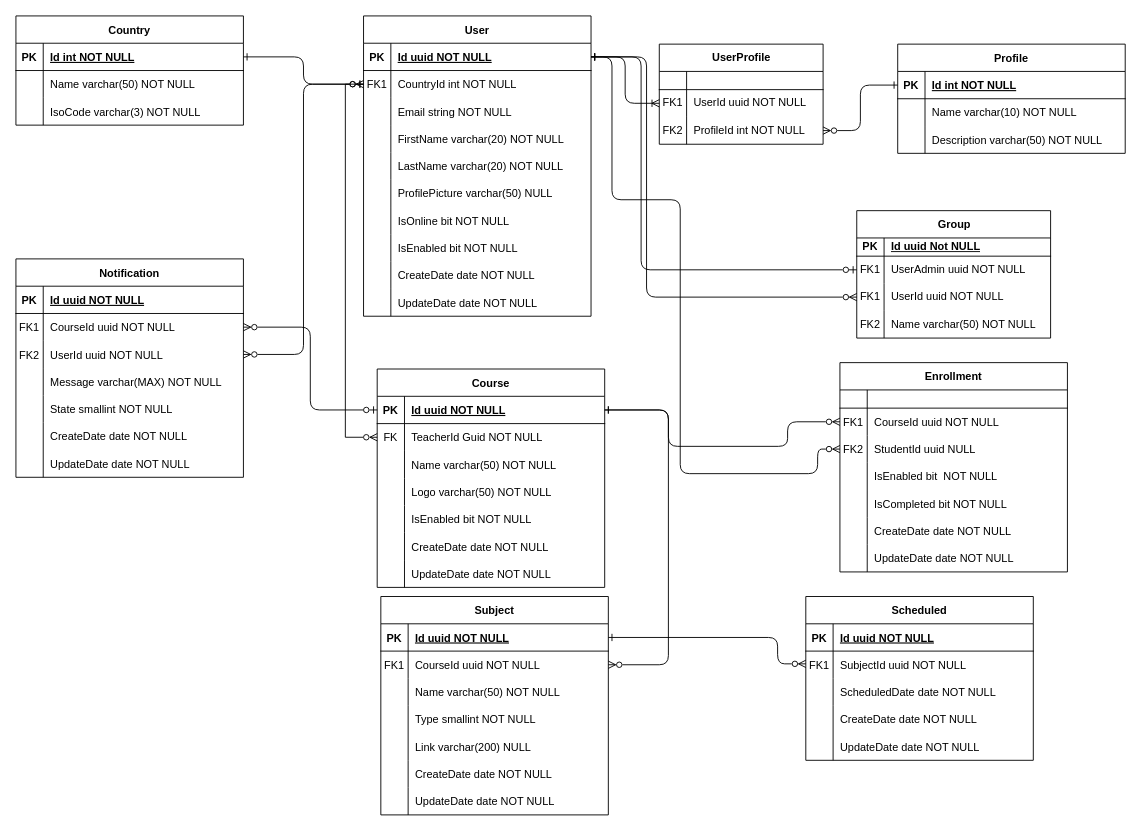
Jomprate/StudyFlow keeps this draw.io diagram as StudyFlow Entidad-Relacion.drawio. Above is the earlier version. Source tidied: cells renumbered, new cells numbered last; positions are measured from the earlier drawing's top-left corner, leaving out a move shared by most shapes. Both pictures are drawn from the tidied source at 91%, with x=0, y=0 at pixel (15, 15).
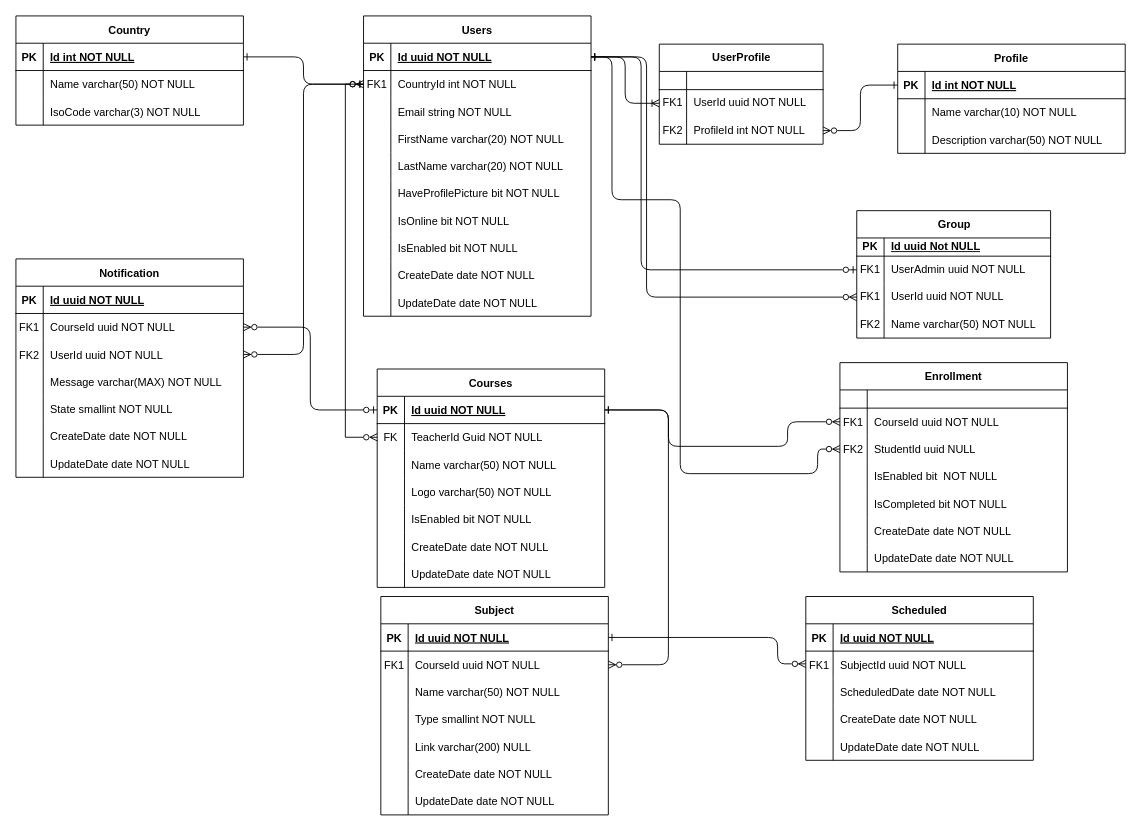
The same diagram, later.

Commit message:
update users entity

The change refers to these unchanged cells:
```xml
<mxCell id="18" style="shape=partialRectangle;fillColor=none;top=0;left=0;right=0;bottom=0;rounded=0;" parent="2" vertex="1">
  <mxGeometry y="180" width="250" height="30" as="geometry" />
</mxCell>
```

The edit, as a diff of the source:
```diff
@@
-    <mxCell id="2" value="User" style="shape=table;startSize=30;childLayout=tableLayout;rowLines=0;fontStyle=1;align=center;rounded=0;" parent="1" vertex="1">
+    <mxCell id="2" value="Users" style="shape=table;startSize=30;childLayout=tableLayout;rowLines=0;fontStyle=1;align=center;rounded=0;" parent="1" vertex="1">
       <mxGeometry x="382" width="250" height="330" as="geometry" />
     </mxCell>
@@
-    <mxCell id="20" value="ProfilePicture varchar(50) NULL" style="shape=partialRectangle;overflow=hidden;fillColor=none;top=0;left=0;bottom=0;right=0;align=left;spacingLeft=6;rounded=0;" parent="18" vertex="1">
+    <mxCell id="20" value="HaveProfilePicture bit NOT NULL" style="shape=partialRectangle;overflow=hidden;fillColor=none;top=0;left=0;bottom=0;right=0;align=left;spacingLeft=6;rounded=0;" parent="18" vertex="1">
       <mxGeometry x="30" width="220" height="30" as="geometry" />
     </mxCell>
@@
-    <mxCell id="138" value="Course" style="shape=table;startSize=30;childLayout=tableLayout;rowLines=0;fontStyle=1;align=center;rounded=0;" parent="1" vertex="1">
+    <mxCell id="138" value="Courses" style="shape=table;startSize=30;childLayout=tableLayout;rowLines=0;fontStyle=1;align=center;rounded=0;" parent="1" vertex="1">
       <mxGeometry x="397" y="388" width="250" height="240" as="geometry" />
     </mxCell>
```
